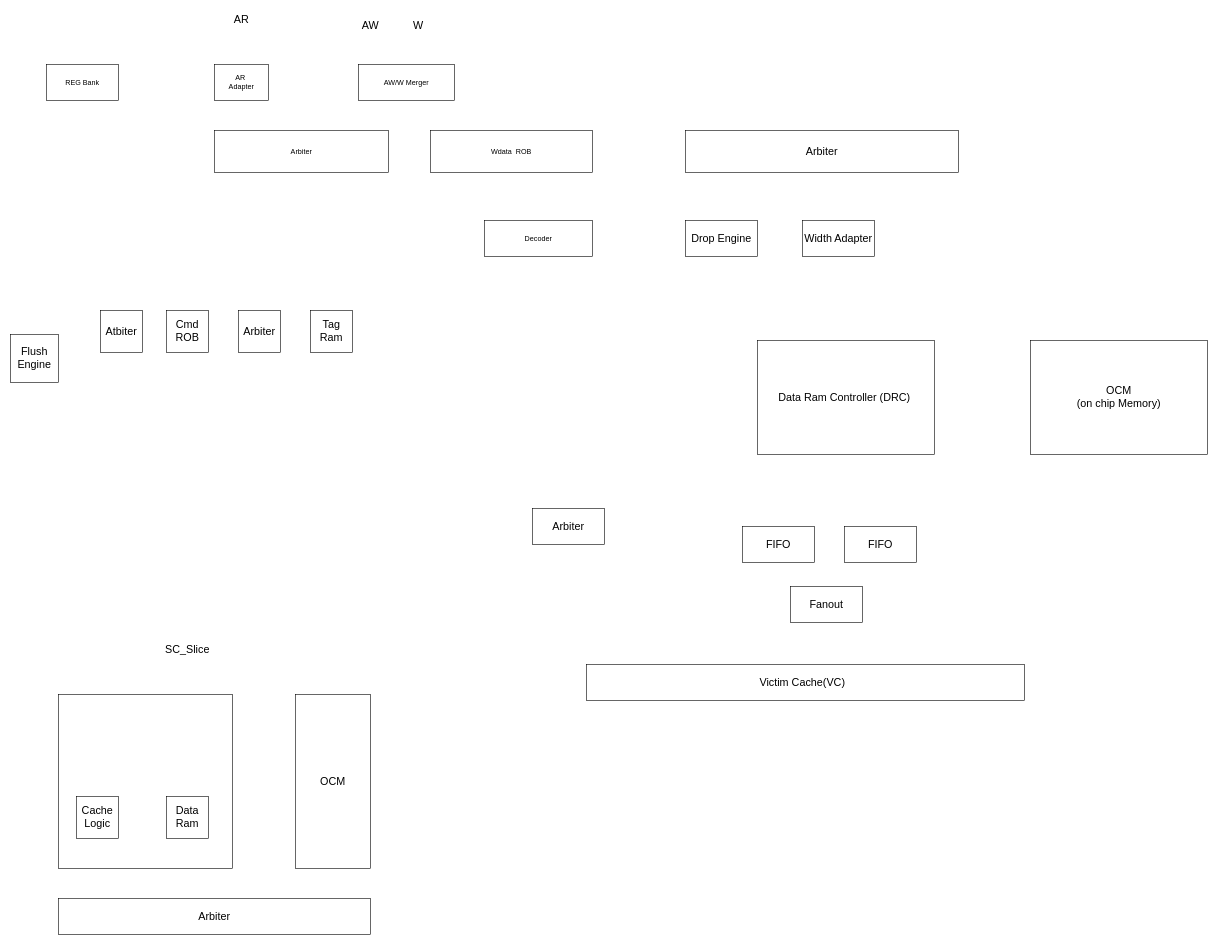
Above: page "Page-5" (5 of 7) of Untitled Diagram.drawio in ASIC-Design/test (draw.io), before the change. Source tidied: cells renumbered, new cells numbered last; positions are measured from the earlier drawing's top-left corner, leaving out a move shared by most shapes. Both pictures are drawn from the tidied source at 60%, with x=0, y=0 at pixel (10, 10).
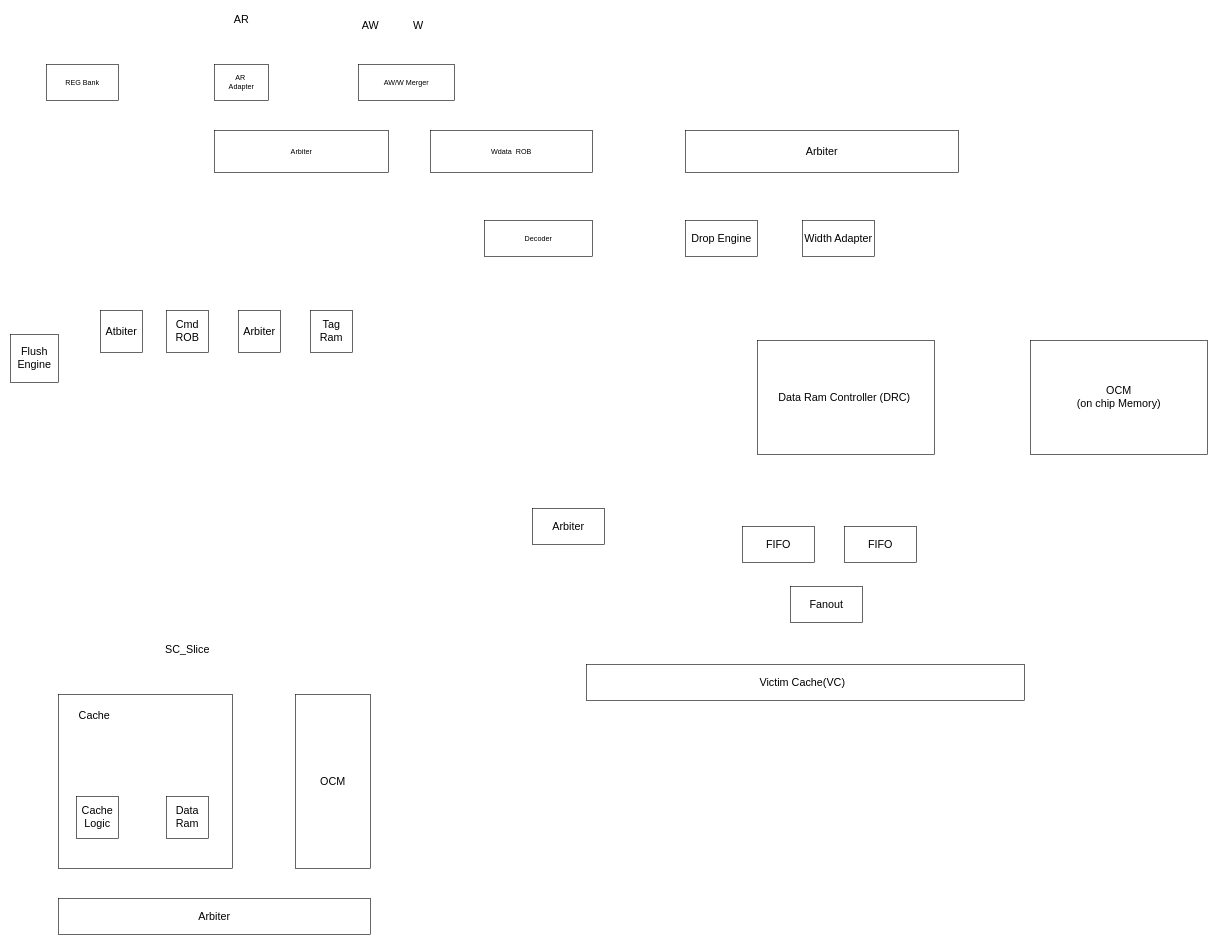
The same page after the edit.

What changed in the source:
```diff
@@
+    <mxCell id="32" value="Cache" style="text;html=1;strokeColor=none;fillColor=none;align=center;verticalAlign=middle;whiteSpace=wrap;rounded=0;fontSize=18;" parent="1" vertex="1">
+      <mxGeometry x="100" y="1160" width="80" height="30" as="geometry" />
+    </mxCell>
```
